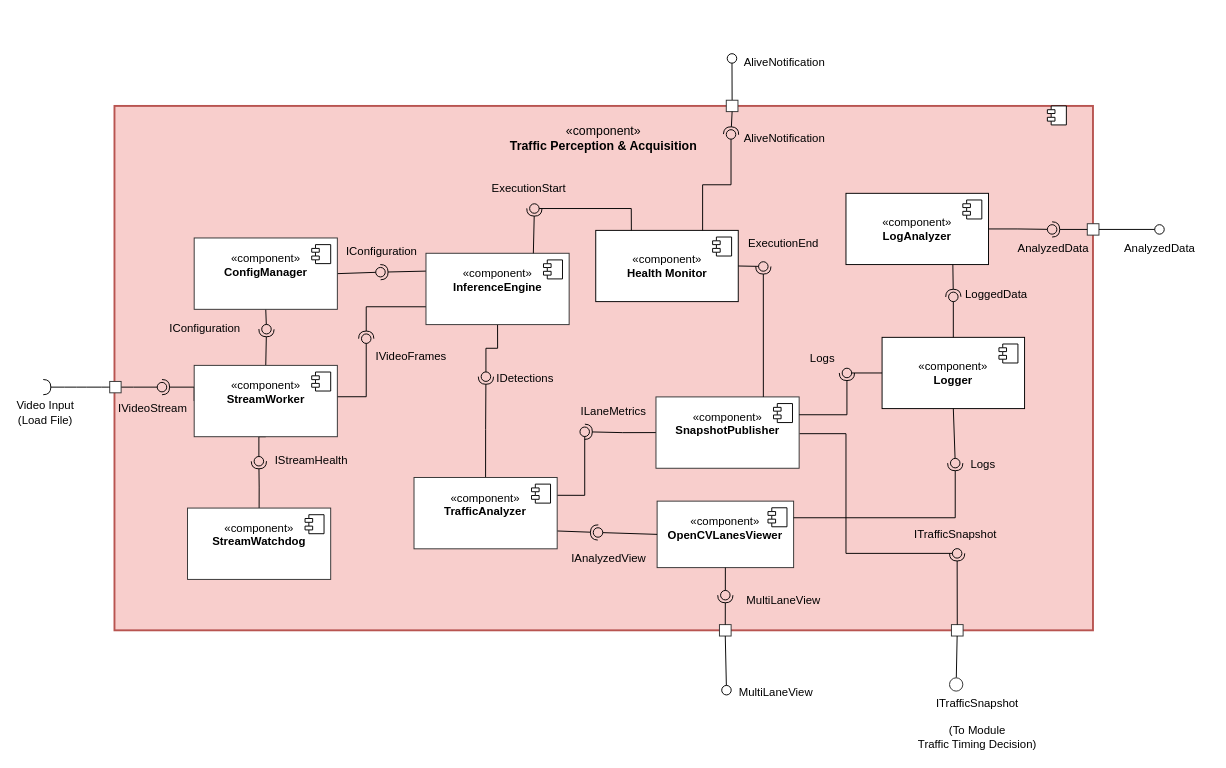
Before: page "Page-1" (1 of 2) of docs/04_design/Component Diagrams/Traffic Perception & Acquisition (Component).drawio in PhamTranDucHanh/adaptive_traffic_light, a draw.io diagram. Source tidied: cells renumbered, new cells numbered last; positions are measured from the earlier drawing's top-left corner, leaving out a move shared by most shapes. Both pictures are drawn from the tidied source at 95%, with x=0, y=0 at pixel (16, 48).
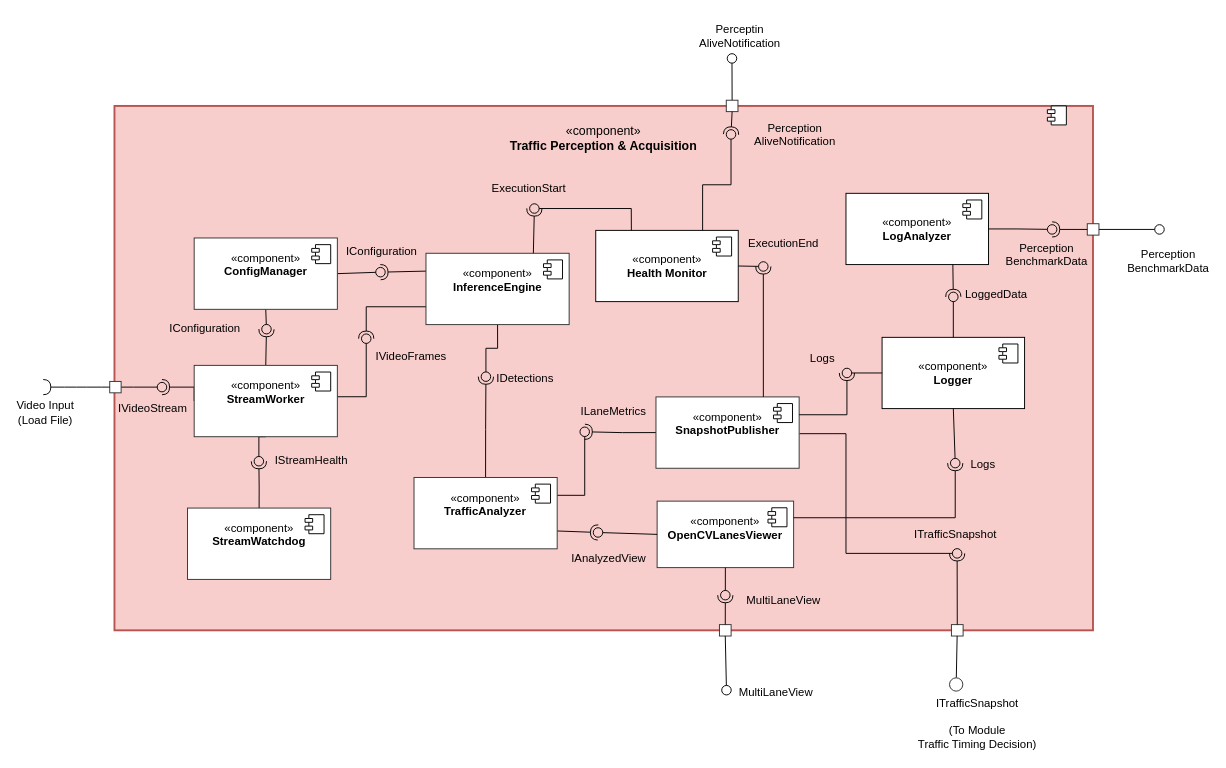
After the change.

The edit, as a diff of the source:
```diff
@@
-    <mxCell id="53" value="&lt;span style=&quot;white-space: normal;&quot;&gt;AliveNotification&lt;/span&gt;" style="text;html=1;fontSize=12;align=center;fontStyle=0;" parent="1" vertex="1">
-      <mxGeometry x="778.2" width="60" height="15" as="geometry" />
+    <mxCell id="53" value="&lt;span style=&quot;white-space: normal;&quot;&gt;Perceptin&lt;/span&gt;&lt;div&gt;&lt;span style=&quot;white-space: normal;&quot;&gt;AliveNotification&lt;/span&gt;&lt;/div&gt;" style="text;html=1;fontSize=12;align=center;fontStyle=0;" parent="1" vertex="1">
+      <mxGeometry x="697.8" y="-34" width="125.8" height="15" as="geometry" />
     </mxCell>
@@
-    <mxCell id="85" value="&lt;span style=&quot;white-space: normal;&quot;&gt;AliveNotification&lt;/span&gt;" style="text;html=1;fontSize=12;align=center;fontStyle=0;" parent="1" vertex="1">
-      <mxGeometry x="778" y="80" width="60" height="15" as="geometry" />
+    <mxCell id="85" value="&lt;span style=&quot;white-space: normal;&quot;&gt;Perception&lt;/span&gt;&lt;div&gt;&lt;span style=&quot;white-space: normal;&quot;&gt;AliveNotification&lt;/span&gt;&lt;/div&gt;" style="text;html=1;fontSize=12;align=center;fontStyle=0;" parent="1" vertex="1">
+      <mxGeometry x="758" y="70" width="121" height="15" as="geometry" />
     </mxCell>
@@
-    <mxCell id="109" value="AnalyzedData" style="text;html=1;fontSize=12;align=center;fontStyle=0;" parent="1" vertex="1">
-      <mxGeometry x="1173" y="196" width="60" height="15" as="geometry" />
-    </mxCell>
-    <mxCell id="110" value="AnalyzedData" style="text;html=1;fontSize=12;align=center;fontStyle=0;" parent="1" vertex="1">
-      <mxGeometry x="1061" y="196" width="60" height="15" as="geometry" />
+    <mxCell id="110" value="Perception&lt;div&gt;BenchmarkData&lt;/div&gt;" style="text;html=1;fontSize=12;align=center;fontStyle=0;" parent="1" vertex="1">
+      <mxGeometry x="1054" y="196" width="60" height="15" as="geometry" />
     </mxCell>
@@
+    <mxCell id="118" value="Perception&lt;div&gt;BenchmarkData&lt;/div&gt;" style="text;html=1;fontSize=12;align=center;fontStyle=0;" parent="1" vertex="1">
+      <mxGeometry x="1182" y="203" width="60" height="15" as="geometry" />
+    </mxCell>
```
